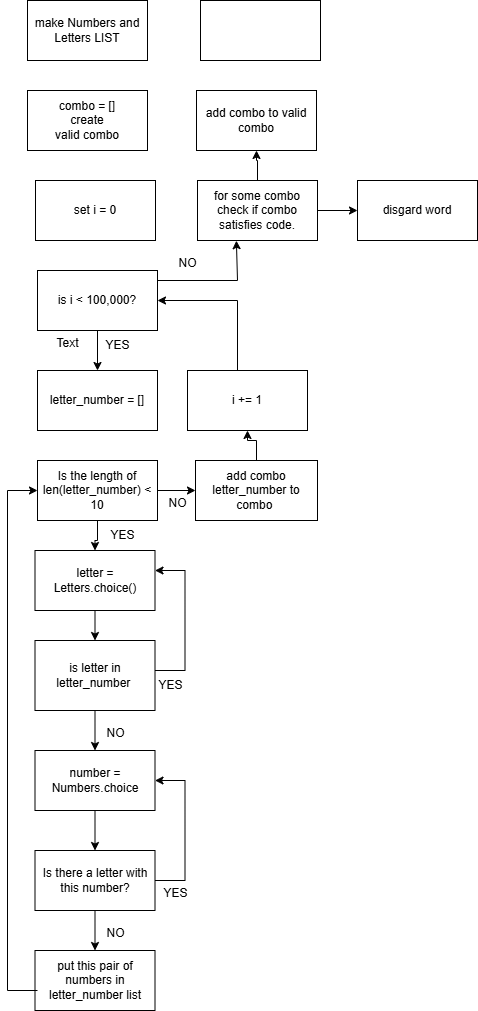
LuvuyoBhele/Breaking-an-encryption keeps this draw.io diagram as Untitled Diagram.drawio.png. Above is the earlier version. Source tidied: cells renumbered, new cells last; positions are measured from the earlier drawing's top-left corner, leaving out a move shared by most shapes.
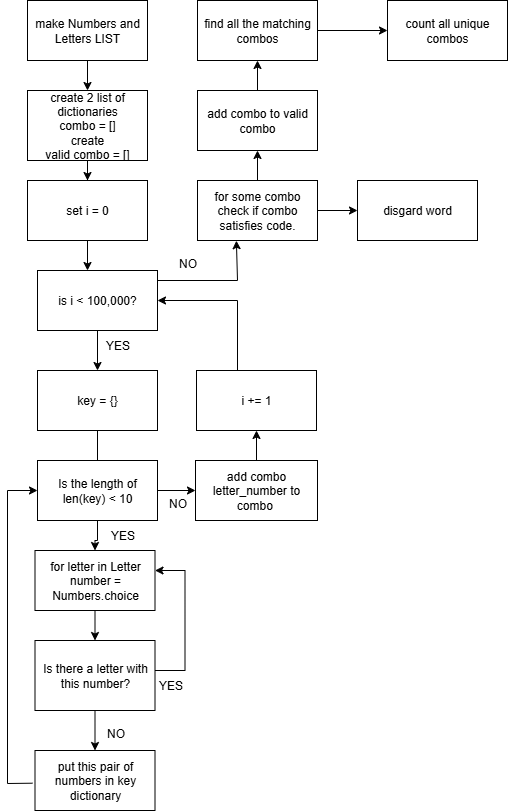
After the change.

Commit message:
THIS IS VERY EASY.png

The edit, as a diff of the source:
```diff
@@ -2,171 +2,157 @@
   <root>
     <mxCell id="0" />
     <mxCell id="1" parent="0" />
+    <mxCell id="45" style="edgeStyle=orthogonalEdgeStyle;rounded=0;jettySize=auto;html=1;" parent="1" edge="1" source="2" target="3">
+      <mxGeometry relative="1" as="geometry" />
+    </mxCell>
     <mxCell id="2" value="make Numbers and Letters LIST" style="rounded=0;whiteSpace=wrap;html=1;" parent="1" vertex="1">
       <mxGeometry x="20" width="120" height="60" as="geometry" />
     </mxCell>
+    <mxCell id="46" style="edgeStyle=orthogonalEdgeStyle;rounded=0;jettySize=auto;html=1;" parent="1" edge="1" source="3" target="34">
+      <mxGeometry relative="1" as="geometry" />
+    </mxCell>
-    <mxCell id="3" value="combo = []&lt;div&gt;create&lt;/div&gt;&lt;div&gt;valid combo&lt;/div&gt;" style="rounded=0;whiteSpace=wrap;html=1;" parent="1" vertex="1">
-      <mxGeometry x="20" y="90" width="120" height="60" as="geometry" />
+    <mxCell id="3" value="&lt;div&gt;create 2 list of dictionaries&lt;/div&gt;combo = []&lt;div&gt;create&lt;/div&gt;&lt;div&gt;valid combo = []&lt;/div&gt;" style="rounded=0;whiteSpace=wrap;html=1;" parent="1" vertex="1">
+      <mxGeometry x="20" y="90" width="120" height="70" as="geometry" />
     </mxCell>
     <mxCell id="4" value="i += 1" style="rounded=0;whiteSpace=wrap;html=1;" parent="1" vertex="1">
-      <mxGeometry x="180" y="370" width="120" height="60" as="geometry" />
+      <mxGeometry x="189" y="370" width="120" height="60" as="geometry" />
     </mxCell>
-    <mxCell id="5" style="group;" parent="1" vertex="1">
-      <mxGeometry y="270" width="310" height="740" as="geometry" />
-    </mxCell>
+    <mxCell id="47" style="edgeStyle=orthogonalEdgeStyle;rounded=0;jettySize=auto;html=1;" parent="1" edge="1" source="34">
+      <mxGeometry relative="1" as="geometry">
+        <mxPoint x="80" y="270" as="targetPoint" />
+      </mxGeometry>
+    </mxCell>
+    <mxCell id="34" value="set i = 0" style="rounded=0;whiteSpace=wrap;html=1;" parent="1" vertex="1">
+      <mxGeometry x="20" y="180" width="120" height="60" as="geometry" />
+    </mxCell>
+    <mxCell id="36" style="edgeStyle=orthogonalEdgeStyle;rounded=0;jettySize=auto;html=1;" parent="1" edge="1" source="32" target="4">
+      <mxGeometry relative="1" as="geometry" />
+    </mxCell>
+    <mxCell id="37" style="edgeStyle=orthogonalEdgeStyle;rounded=0;jettySize=auto;html=1;" parent="1" edge="1" source="38" target="41">
+      <mxGeometry relative="1" as="geometry" />
+    </mxCell>
+    <mxCell id="38" value="for some combo check if combo satisfies code." style="rounded=0;whiteSpace=wrap;html=1;" parent="1" vertex="1">
+      <mxGeometry x="190" y="180" width="120" height="60" as="geometry" />
+    </mxCell>
+    <mxCell id="39" style="endArrow=classic;html=1;rounded=0;entryX=0.324;entryY=1.003;entryDx=0;entryDy=0;entryPerimeter=0;" parent="1" edge="1" target="38">
+      <mxGeometry relative="1" as="geometry">
+        <mxPoint x="150" y="280" as="sourcePoint" />
+        <Array as="points">
+          <mxPoint x="230" y="280" />
+        </Array>
+      </mxGeometry>
+    </mxCell>
+    <mxCell id="40" value="NO" style="text;html=1;align=center;verticalAlign=middle;strokeColor=none;fillColor=none;" parent="1" vertex="1">
+      <mxGeometry x="160" y="248" width="40" height="30" as="geometry" />
+    </mxCell>
+    <mxCell id="48" style="edgeStyle=orthogonalEdgeStyle;rounded=0;jettySize=auto;html=1;" parent="1" edge="1" source="41" target="44">
+      <mxGeometry relative="1" as="geometry" />
+    </mxCell>
+    <mxCell id="41" value="add combo to valid combo" style="rounded=0;whiteSpace=wrap;html=1;" parent="1" vertex="1">
+      <mxGeometry x="190" y="90" width="120" height="60" as="geometry" />
+    </mxCell>
+    <mxCell id="42" style="endArrow=classic;html=1;rounded=0;" parent="1" edge="1">
+      <mxGeometry relative="1" as="geometry">
+        <mxPoint x="310" y="210" as="sourcePoint" />
+        <mxPoint x="350" y="210" as="targetPoint" />
+      </mxGeometry>
+    </mxCell>
+    <mxCell id="43" value="disgard word" style="rounded=0;whiteSpace=wrap;html=1;" parent="1" vertex="1">
+      <mxGeometry x="350" y="180" width="120" height="60" as="geometry" />
+    </mxCell>
+    <mxCell id="49" style="edgeStyle=orthogonalEdgeStyle;rounded=0;jettySize=auto;html=1;" parent="1" edge="1" source="44" target="50">
+      <mxGeometry relative="1" as="geometry" />
+    </mxCell>
+    <mxCell id="44" value="find all the matching combos" style="rounded=0;whiteSpace=wrap;html=1;" parent="1" vertex="1">
+      <mxGeometry x="190" width="120" height="60" as="geometry" />
+    </mxCell>
+    <mxCell id="50" value="count all unique combos" style="rounded=0;whiteSpace=wrap;html=1;" parent="1" vertex="1">
+      <mxGeometry x="380" width="120" height="60" as="geometry" />
+    </mxCell>
-    <mxCell id="6" style="edgeStyle=orthogonalEdgeStyle;rounded=0;jettySize=auto;html=1;" parent="5" edge="1" source="7" target="8">
+    <mxCell id="6" style="edgeStyle=orthogonalEdgeStyle;rounded=0;jettySize=auto;html=1;" parent="1" edge="1" source="7" target="8">
       <mxGeometry relative="1" as="geometry" />
     </mxCell>
-    <mxCell id="7" value="is i &amp;lt; 100,000?" style="rounded=0;whiteSpace=wrap;html=1;" parent="5" vertex="1">
-      <mxGeometry x="30" width="120" height="60" as="geometry" />
+    <mxCell id="7" value="is i &amp;lt; 100,000?" style="rounded=0;whiteSpace=wrap;html=1;" parent="1" vertex="1">
+      <mxGeometry x="30" y="270" width="120" height="60" as="geometry" />
     </mxCell>
+    <mxCell id="51" style="edgeStyle=orthogonalEdgeStyle;rounded=0;jettySize=auto;html=1;" parent="1" edge="1" source="8" target="28">
+      <mxGeometry relative="1" as="geometry" />
+    </mxCell>
-    <mxCell id="8" value="letter_number = []" style="rounded=0;whiteSpace=wrap;html=1;" parent="5" vertex="1">
-      <mxGeometry x="30" y="100" width="120" height="60" as="geometry" />
+    <mxCell id="8" value="key = {}" style="rounded=0;whiteSpace=wrap;html=1;" parent="1" vertex="1">
+      <mxGeometry x="30" y="370" width="120" height="60" as="geometry" />
     </mxCell>
-    <mxCell id="9" value="YES" style="text;html=1;align=center;verticalAlign=middle;strokeColor=none;fillColor=none;" parent="5" vertex="1">
-      <mxGeometry x="85" y="60" width="50" height="30" as="geometry" />
+    <mxCell id="9" value="YES" style="text;html=1;align=center;verticalAlign=middle;strokeColor=none;fillColor=none;" parent="1" vertex="1">
+      <mxGeometry x="85" y="330" width="50" height="30" as="geometry" />
     </mxCell>
-    <mxCell id="10" style="group;" parent="5" vertex="1">
-      <mxGeometry x="27.5" y="280" width="165" height="460" as="geometry" />
-    </mxCell>
-    <mxCell id="11" value="letter = Letters.choice()" style="rounded=0;whiteSpace=wrap;html=1;" parent="10" vertex="1">
-      <mxGeometry width="120" height="60" as="geometry" />
-    </mxCell>
-    <mxCell id="12" style="edgeStyle=orthogonalEdgeStyle;rounded=0;jettySize=auto;html=1;" parent="10" edge="1" source="13" target="14">
-      <mxGeometry relative="1" as="geometry" />
-    </mxCell>
-    <mxCell id="13" value="Is there a letter with this number?" style="rounded=0;whiteSpace=wrap;html=1;" parent="10" vertex="1">
-      <mxGeometry y="300" width="120" height="60" as="geometry" />
-    </mxCell>
-    <mxCell id="14" value="put this pair of numbers in letter_number list" style="rounded=0;whiteSpace=wrap;html=1;" parent="10" vertex="1">
-      <mxGeometry y="400" width="120" height="60" as="geometry" />
-    </mxCell>
-    <mxCell id="15" style="edgeStyle=orthogonalEdgeStyle;rounded=0;jettySize=auto;html=1;" parent="10" edge="1" source="23" target="13">
-      <mxGeometry relative="1" as="geometry" />
-    </mxCell>
-    <mxCell id="16" value="NO" style="text;html=1;align=center;verticalAlign=middle;strokeColor=none;fillColor=none;" parent="10" vertex="1">
-      <mxGeometry x="60" y="368" width="40" height="30" as="geometry" />
-    </mxCell>
-    <mxCell id="17" style="endArrow=classic;html=1;rounded=0;entryX=1;entryY=0.5;entryDx=0;entryDy=0;" parent="10" edge="1" target="23">
-      <mxGeometry relative="1" as="geometry">
-        <mxPoint x="120" y="330" as="sourcePoint" />
-        <Array as="points">
-          <mxPoint x="150" y="330" />
-          <mxPoint x="150" y="230" />
-        </Array>
-      </mxGeometry>
-    </mxCell>
-    <mxCell id="18" value="YES" style="text;html=1;align=center;verticalAlign=middle;strokeColor=none;fillColor=none;" parent="10" vertex="1">
-      <mxGeometry x="115" y="328" width="50" height="30" as="geometry" />
-    </mxCell>
-    <mxCell id="19" style="endArrow=classic;html=1;rounded=0;" parent="10" edge="1">
-      <mxGeometry relative="1" as="geometry">
-        <mxPoint x="120" y="120" as="sourcePoint" />
-        <mxPoint x="120" y="20" as="targetPoint" />
-        <Array as="points">
-          <mxPoint x="150" y="120" />
-          <mxPoint x="150" y="20" />
-        </Array>
-      </mxGeometry>
-    </mxCell>
-    <mxCell id="20" value="YES" style="text;html=1;align=center;verticalAlign=middle;strokeColor=none;fillColor=none;" parent="10" vertex="1">
-      <mxGeometry x="110" y="120" width="50" height="30" as="geometry" />
-    </mxCell>
-    <mxCell id="21" style="edgeStyle=orthogonalEdgeStyle;rounded=0;jettySize=auto;html=1;" parent="10" edge="1" source="22" target="23">
-      <mxGeometry relative="1" as="geometry" />
-    </mxCell>
-    <mxCell id="22" value="is letter in letter_number&amp;nbsp;" style="rounded=0;whiteSpace=wrap;html=1;" parent="10" vertex="1">
-      <mxGeometry y="90" width="120" height="70" as="geometry" />
-    </mxCell>
-    <mxCell id="23" value="number = Numbers.choice" style="rounded=0;whiteSpace=wrap;html=1;" parent="10" vertex="1">
-      <mxGeometry y="200" width="120" height="60" as="geometry" />
-    </mxCell>
-    <mxCell id="24" value="NO" style="text;html=1;align=center;verticalAlign=middle;strokeColor=none;fillColor=none;" parent="10" vertex="1">
-      <mxGeometry x="60" y="168" width="40" height="30" as="geometry" />
-    </mxCell>
-    <mxCell id="25" style="endArrow=classic;html=1;rounded=0;" parent="10" edge="1">
-      <mxGeometry relative="1" as="geometry">
-        <mxPoint x="60" y="60" as="sourcePoint" />
-        <mxPoint x="60" y="90" as="targetPoint" />
-      </mxGeometry>
-    </mxCell>
-    <mxCell id="26" style="edgeStyle=orthogonalEdgeStyle;rounded=0;jettySize=auto;html=1;" parent="5" edge="1" source="27" target="11">
+    <mxCell id="26" style="edgeStyle=orthogonalEdgeStyle;rounded=0;jettySize=auto;html=1;" parent="1" edge="1" source="27" target="11">
       <mxGeometry relative="1" as="geometry" />
     </mxCell>
-    <mxCell id="27" value="Is the length of len(letter_number) &amp;lt; 10" style="rounded=0;whiteSpace=wrap;html=1;" parent="5" vertex="1">
-      <mxGeometry x="30" y="190" width="120" height="60" as="geometry" />
+    <mxCell id="27" value="Is the length of len(key) &amp;lt; 10" style="rounded=0;whiteSpace=wrap;html=1;" parent="1" vertex="1">
+      <mxGeometry x="30" y="460" width="120" height="60" as="geometry" />
     </mxCell>
-    <mxCell id="28" value="&lt;blockquote style=&quot;margin: 0 0 0 40px; border: none; padding: 0px;&quot;&gt;YES&lt;/blockquote&gt;" style="text;html=1;align=center;verticalAlign=middle;points=[];strokeColor=none;fillColor=none;" parent="5" vertex="1">
-      <mxGeometry x="50" y="250" width="90" height="30" as="geometry" />
+    <mxCell id="28" value="&lt;blockquote style=&quot;margin: 0 0 0 40px; border: none; padding: 0px;&quot;&gt;YES&lt;/blockquote&gt;" style="text;html=1;align=center;verticalAlign=middle;points=[];strokeColor=none;fillColor=none;" parent="1" vertex="1">
+      <mxGeometry x="50" y="520" width="90" height="30" as="geometry" />
     </mxCell>
-    <mxCell id="29" value="NO" style="text;html=1;align=center;verticalAlign=middle;strokeColor=none;fillColor=none;" parent="5" vertex="1">
-      <mxGeometry x="150" y="218" width="40" height="30" as="geometry" />
+    <mxCell id="29" value="NO" style="text;html=1;align=center;verticalAlign=middle;strokeColor=none;fillColor=none;" parent="1" vertex="1">
+      <mxGeometry x="150" y="488" width="40" height="30" as="geometry" />
     </mxCell>
-    <mxCell id="30" style="endArrow=classic;html=1;rounded=0;entryX=1;entryY=0.5;entryDx=0;entryDy=0;" parent="5" edge="1" target="7">
+    <mxCell id="30" style="endArrow=classic;html=1;rounded=0;entryX=1;entryY=0.5;entryDx=0;entryDy=0;" parent="1" edge="1" target="7">
       <mxGeometry relative="1" as="geometry">
-        <mxPoint x="230" y="100" as="sourcePoint" />
+        <mxPoint x="230" y="370" as="sourcePoint" />
         <Array as="points">
-          <mxPoint x="230" y="30" />
+          <mxPoint x="230" y="300" />
         </Array>
       </mxGeometry>
     </mxCell>
-    <mxCell id="31" style="endArrow=classic;html=1;rounded=0;entryX=0;entryY=0.5;entryDx=0;entryDy=0;" parent="5" edge="1" target="27">
+    <mxCell id="31" style="endArrow=classic;html=1;rounded=0;entryX=0;entryY=0.5;entryDx=0;entryDy=0;exitX=-0.021;exitY=0.545;exitDx=0;exitDy=0;exitPerimeter=0;" parent="1" edge="1" source="23" target="27">
       <mxGeometry relative="1" as="geometry">
-        <mxPoint x="30" y="720" as="sourcePoint" />
         <Array as="points">
-          <mxPoint y="720" />
-          <mxPoint y="220" />
+          <mxPoint y="783" />
+          <mxPoint y="490" />
         </Array>
       </mxGeometry>
     </mxCell>
-    <mxCell id="32" value="add combo letter_number to combo&amp;nbsp;" style="rounded=0;whiteSpace=wrap;html=1;" parent="5" vertex="1">
-      <mxGeometry x="188" y="190" width="122" height="60" as="geometry" />
+    <mxCell id="32" value="add combo letter_number to combo&amp;nbsp;" style="rounded=0;whiteSpace=wrap;html=1;" parent="1" vertex="1">
+      <mxGeometry x="188" y="460" width="122" height="60" as="geometry" />
     </mxCell>
-    <mxCell id="33" style="endArrow=classic;html=1;rounded=0;entryX=0;entryY=0.5;entryDx=0;entryDy=0;" parent="5" edge="1" target="32">
+    <mxCell id="33" style="endArrow=classic;html=1;rounded=0;entryX=0;entryY=0.5;entryDx=0;entryDy=0;" parent="1" edge="1" target="32">
       <mxGeometry relative="1" as="geometry">
-        <mxPoint x="150" y="220" as="sourcePoint" />
+        <mxPoint x="150" y="490" as="sourcePoint" />
       </mxGeometry>
     </mxCell>
-    <mxCell id="34" value="set i = 0" style="rounded=0;whiteSpace=wrap;html=1;" parent="1" vertex="1">
-      <mxGeometry x="28" y="180" width="120" height="60" as="geometry" />
-    </mxCell>
-    <mxCell id="35" value="Text" style="text;html=1;align=center;verticalAlign=middle;strokeColor=none;fillColor=none;" parent="1" vertex="1">
-      <mxGeometry x="35" y="328" width="50" height="30" as="geometry" />
-    </mxCell>
-    <mxCell id="36" style="edgeStyle=orthogonalEdgeStyle;rounded=0;jettySize=auto;html=1;" parent="1" edge="1" source="32" target="4">
-      <mxGeometry relative="1" as="geometry" />
-    </mxCell>
-    <mxCell id="37" style="edgeStyle=orthogonalEdgeStyle;rounded=0;jettySize=auto;html=1;" parent="1" edge="1" source="38" target="41">
-      <mxGeometry relative="1" as="geometry" />
-    </mxCell>
-    <mxCell id="38" value="for some combo check if combo satisfies code." style="rounded=0;whiteSpace=wrap;html=1;" parent="1" vertex="1">
-      <mxGeometry x="190" y="180" width="120" height="60" as="geometry" />
-    </mxCell>
-    <mxCell id="39" style="endArrow=classic;html=1;rounded=0;entryX=0.324;entryY=1.003;entryDx=0;entryDy=0;entryPerimeter=0;" parent="1" edge="1" target="38">
-      <mxGeometry relative="1" as="geometry">
-        <mxPoint x="150" y="280" as="sourcePoint" />
-        <Array as="points">
-          <mxPoint x="230" y="280" />
-        </Array>
-      </mxGeometry>
-    </mxCell>
-    <mxCell id="40" value="NO" style="text;html=1;align=center;verticalAlign=middle;strokeColor=none;fillColor=none;" parent="1" vertex="1">
-      <mxGeometry x="160" y="248" width="40" height="30" as="geometry" />
-    </mxCell>
-    <mxCell id="41" value="add combo to valid combo" style="rounded=0;whiteSpace=wrap;html=1;" parent="1" vertex="1">
-      <mxGeometry x="189" y="90" width="120" height="60" as="geometry" />
-    </mxCell>
-    <mxCell id="42" style="endArrow=classic;html=1;rounded=0;" parent="1" edge="1">
-      <mxGeometry relative="1" as="geometry">
-        <mxPoint x="310" y="210" as="sourcePoint" />
-        <mxPoint x="350" y="210" as="targetPoint" />
-      </mxGeometry>
-    </mxCell>
-    <mxCell id="43" value="disgard word" style="rounded=0;whiteSpace=wrap;html=1;" parent="1" vertex="1">
-      <mxGeometry x="350" y="180" width="120" height="60" as="geometry" />
-    </mxCell>
-    <mxCell id="44" style="rounded=0;whiteSpace=wrap;html=1;" parent="1" vertex="1">
-      <mxGeometry x="193" width="120" height="60" as="geometry" />
-    </mxCell>
+    <mxCell id="11" value="for letter in Letter number = Numbers.choice" style="rounded=0;whiteSpace=wrap;html=1;" parent="1" vertex="1">
+      <mxGeometry x="27.5" y="550" width="120" height="60" as="geometry" />
+    </mxCell>
+    <mxCell id="19" style="endArrow=classic;html=1;rounded=0;" parent="1" edge="1">
+      <mxGeometry relative="1" as="geometry">
+        <mxPoint x="147.5" y="670" as="sourcePoint" />
+        <mxPoint x="147.5" y="570" as="targetPoint" />
+        <Array as="points">
+          <mxPoint x="177.5" y="670" />
+          <mxPoint x="177.5" y="570" />
+        </Array>
+      </mxGeometry>
+    </mxCell>
+    <mxCell id="20" value="YES" style="text;html=1;align=center;verticalAlign=middle;strokeColor=none;fillColor=none;" parent="1" vertex="1">
+      <mxGeometry x="137.5" y="670" width="50" height="30" as="geometry" />
+    </mxCell>
+    <mxCell id="21" style="edgeStyle=orthogonalEdgeStyle;rounded=0;jettySize=auto;html=1;" parent="1" edge="1" source="22" target="23">
+      <mxGeometry relative="1" as="geometry" />
+    </mxCell>
+    <mxCell id="22" value="Is there a letter with this number?" style="rounded=0;whiteSpace=wrap;html=1;" parent="1" vertex="1">
+      <mxGeometry x="27.5" y="640" width="120" height="70" as="geometry" />
+    </mxCell>
+    <mxCell id="23" value="put this pair of numbers in key dictionary" style="rounded=0;whiteSpace=wrap;html=1;" parent="1" vertex="1">
+      <mxGeometry x="27.5" y="750" width="120" height="60" as="geometry" />
+    </mxCell>
+    <mxCell id="24" value="NO" style="text;html=1;align=center;verticalAlign=middle;strokeColor=none;fillColor=none;" parent="1" vertex="1">
+      <mxGeometry x="87.5" y="718" width="40" height="30" as="geometry" />
+    </mxCell>
+    <mxCell id="25" style="endArrow=classic;html=1;rounded=0;" parent="1" edge="1">
+      <mxGeometry relative="1" as="geometry">
+        <mxPoint x="87.5" y="610" as="sourcePoint" />
+        <mxPoint x="87.5" y="640" as="targetPoint" />
+      </mxGeometry>
+    </mxCell>
   </root>
 </mxGraphModel>
```
